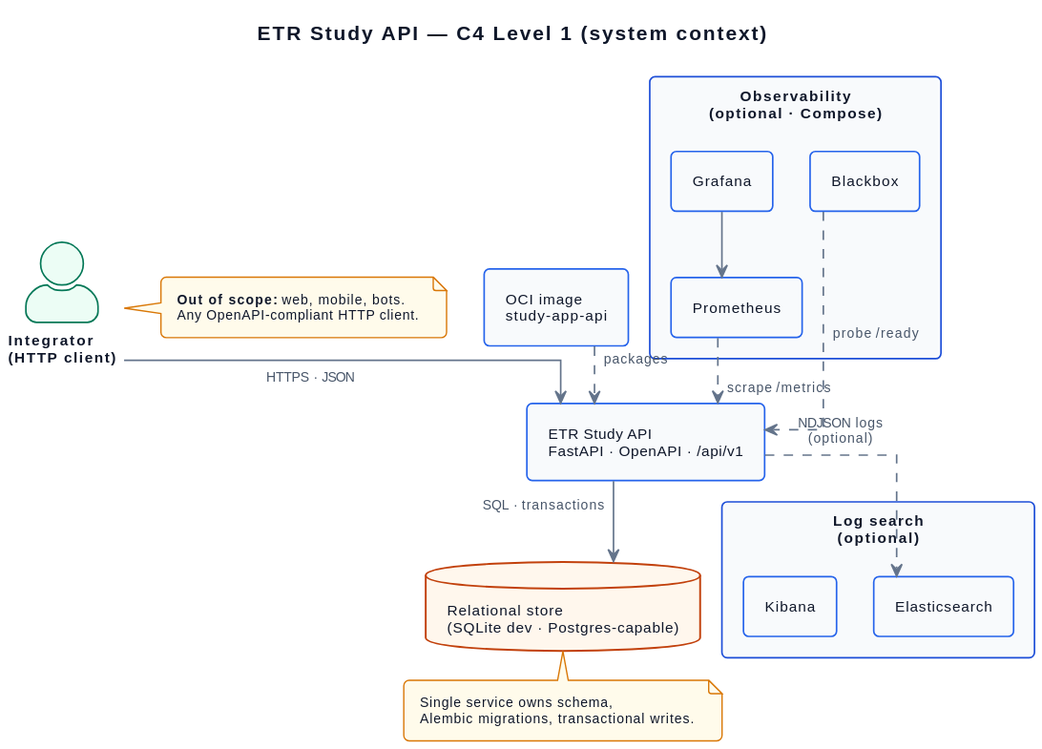
This is services/portal/internal/reference/uml/rendered/architecture__system_context_view.svg from iboiarkin96/etr_study_api, a PlantUML export, as it was before one commit. Its diagram source:
```plantuml
@startuml

!$BG_PAGE       = "#FFFFFF"
!$BG_SURFACE    = "#F8FAFC"
!$BG_PACKAGE    = "#F1F5F9"
!$BG_NOTE       = "#FFFBEB"
!$BG_DB         = "#FFF7ED"
!$BG_ACTOR      = "#ECFDF5"
!$BG_QUEUE      = "#FAF5FF"
!$BG_CLOUD      = "#F0F9FF"
!$BG_ENTITY     = "#EFF6FF"
!$BG_HIGHLIGHT  = "#DBEAFE"
!$BG_GROUP      = "#EEF2FF"

!$BORDER_NEUTRAL    = "#94A3B8"
!$BORDER_PACKAGE    = "#CBD5E1"
!$BORDER_PRIMARY    = "#2563EB"
!$BORDER_HIGHLIGHT  = "#1D4ED8"
!$BORDER_DB         = "#C2410C"
!$BORDER_ACTOR      = "#047857"
!$BORDER_QUEUE      = "#7C3AED"
!$BORDER_NOTE       = "#D97706"

!$INK_PRIMARY = "#0F172A"
!$INK_MUTED   = "#475569"
!$INK_ARROW   = "#64748B"

skinparam defaultFontName  "Helvetica"
skinparam defaultFontSize  11
skinparam defaultFontColor $INK_PRIMARY
skinparam TitleFontName    "Helvetica"
skinparam TitleFontSize    15
skinparam TitleFontStyle   bold
skinparam TitleFontColor   $INK_PRIMARY
skinparam ArrowFontColor   $INK_MUTED
skinparam ArrowFontSize    10
skinparam NoteFontSize     10
skinparam NoteFontColor    $INK_PRIMARY
skinparam LegendFontSize   10
skinparam FooterFontSize   9
skinparam FooterFontColor  $INK_MUTED

skinparam shadowing       false
skinparam linetype        ortho
skinparam componentStyle  rectangle
skinparam packageStyle    rectangle
skinparam roundCorner     8
skinparam Padding         6
skinparam nodesep         28
skinparam ranksep         22
skinparam dpi             96
skinparam BackgroundColor $BG_PAGE
scale max 960 width

skinparam ArrowColor     $INK_ARROW
skinparam ArrowThickness 1.2

skinparam NoteBackgroundColor $BG_NOTE
skinparam NoteBorderColor     $BORDER_NOTE
skinparam NoteBorderThickness 1
skinparam NoteTextAlignment   left

skinparam PackageBackgroundColor   $BG_PACKAGE
skinparam PackageBorderColor       $BORDER_PACKAGE
skinparam PackageFontStyle         bold
skinparam PackageFontColor         $INK_PRIMARY

skinparam RectangleBackgroundColor $BG_SURFACE
skinparam RectangleBorderColor     $BORDER_PRIMARY
skinparam RectangleBorderThickness 1.2
skinparam RectangleFontColor       $INK_PRIMARY

skinparam ComponentBackgroundColor $BG_SURFACE
skinparam ComponentBorderColor     $BORDER_PRIMARY
skinparam ComponentBorderThickness 1.2

skinparam NodeBackgroundColor      $BG_SURFACE
skinparam NodeBorderColor          $BORDER_NEUTRAL

skinparam FrameBackgroundColor     $BG_SURFACE
skinparam FrameBorderColor         $BORDER_NEUTRAL

skinparam FolderBackgroundColor    $BG_PACKAGE
skinparam FolderBorderColor        $BORDER_PACKAGE

skinparam ArtifactBackgroundColor  $BG_SURFACE
skinparam ArtifactBorderColor      $BORDER_NEUTRAL

skinparam CloudBackgroundColor     $BG_CLOUD
skinparam CloudBorderColor         $BORDER_NEUTRAL

skinparam QueueBackgroundColor     $BG_QUEUE
skinparam QueueBorderColor         $BORDER_QUEUE
skinparam QueueBorderThickness     1.2

skinparam DatabaseBackgroundColor  $BG_DB
skinparam DatabaseBorderColor      $BORDER_DB
skinparam DatabaseBorderThickness  1.4

skinparam CollectionsBackgroundColor $BG_SURFACE
skinparam CollectionsBorderColor     $BORDER_PRIMARY

skinparam EntityBackgroundColor    $BG_ENTITY
skinparam EntityBorderColor        $BORDER_PRIMARY

skinparam ActorStyle               awesome
skinparam ActorBackgroundColor     $BG_ACTOR
skinparam ActorBorderColor         $BORDER_ACTOR
skinparam ActorBorderThickness     1.2
skinparam ActorFontStyle           bold

skinparam ParticipantBackgroundColor $BG_SURFACE
skinparam ParticipantBorderColor     $BORDER_PRIMARY
skinparam ParticipantBorderThickness 1.2
skinparam ParticipantFontStyle       bold

skinparam BoundaryBackgroundColor    $BG_HIGHLIGHT
skinparam BoundaryBorderColor        $BORDER_HIGHLIGHT
skinparam ControlBackgroundColor     $BG_SURFACE
skinparam ControlBorderColor         $BORDER_PRIMARY

skinparam SequenceMessageAlign            center
skinparam SequenceArrowFontColor          $INK_MUTED
skinparam responseMessageBelowArrow       true
skinparam maxMessageSize                  95
skinparam ParticipantPadding              6
skinparam BoxPadding                      4
skinparam SequenceLifeLineBackgroundColor $BG_SURFACE
skinparam SequenceLifeLineBorderColor     $BORDER_PRIMARY
skinparam SequenceGroupBackgroundColor    $BG_GROUP
skinparam SequenceGroupBorderColor        $BORDER_HIGHLIGHT
skinparam SequenceGroupHeaderFontColor    $INK_PRIMARY
skinparam SequenceReferenceBackgroundColor $BG_SURFACE
skinparam SequenceReferenceBorderColor    $BORDER_PRIMARY
skinparam SequenceDividerBackgroundColor  $BG_PACKAGE
skinparam SequenceDividerBorderColor      $BORDER_PACKAGE
skinparam SequenceDividerFontStyle        bold
skinparam SequenceDividerFontColor        $INK_PRIMARY
skinparam SequenceBoxBackgroundColor      $BG_PACKAGE
skinparam SequenceBoxBorderColor          $BORDER_PACKAGE

skinparam StateBackgroundColor          $BG_SURFACE
skinparam StateBorderColor              $BORDER_PRIMARY
skinparam StateBorderThickness          1.2
skinparam StateFontStyle                bold
skinparam StateFontColor                $INK_PRIMARY
skinparam StateAttributeBackgroundColor $BG_PACKAGE
skinparam StateAttributeFontColor       $INK_MUTED
skinparam StateStartColor               $BORDER_HIGHLIGHT
skinparam StateEndColor                 $BORDER_DB

skinparam ActivityBackgroundColor        $BG_SURFACE
skinparam ActivityBorderColor            $BORDER_PRIMARY
skinparam ActivityBorderThickness        1.2
skinparam ActivityFontColor              $INK_PRIMARY
skinparam ActivityArrowColor             $INK_ARROW
skinparam ActivityArrowFontColor         $INK_MUTED
skinparam ActivityDiamondBackgroundColor $BG_HIGHLIGHT
skinparam ActivityDiamondBorderColor     $BORDER_HIGHLIGHT
skinparam ActivityDiamondFontColor       $INK_PRIMARY
skinparam ActivityStartColor             $BORDER_HIGHLIGHT
skinparam ActivityEndColor               $BORDER_DB
skinparam ActivityBarColor               $INK_ARROW

skinparam LegendBackgroundColor    $BG_PAGE
skinparam LegendBorderColor        $BORDER_PACKAGE
skinparam LegendFontColor          $INK_MUTED

skinparam ClassBackgroundColor     $BG_SURFACE
skinparam ClassBorderColor         $BORDER_PRIMARY
skinparam ClassFontStyle           bold
skinparam ClassAttributeFontColor  $INK_MUTED


!unquoted procedure $Subtitle($text)
caption $text
!endprocedure

!unquoted procedure $Footer($text)
center footer //$text//
!endprocedure

!unquoted procedure $Hint($text)
note as N_$text #FFFBEB
  $text
end note
!endprocedure

!unquoted procedure $LegendStandard()
legend right
  |= role |= colour |
  | actor / human            | <#ECFDF5> |
  | application / API        | <#F8FAFC> |
  | persistence / datastore  | <#FFF7ED> |
  | infra / boundary         | <#F1F5F9> |
endlegend
!endprocedure
title ETR Study API — C4 Level 1 (system context)

top to bottom direction

actor "Integrator\n(HTTP client)" as Integrator
note right of Integrator
  **Out of scope:** web, mobile, bots.
  Any OpenAPI-compliant HTTP client.
end note

rectangle "ETR Study API\nFastAPI · OpenAPI · /api/v1" as Api

database "Relational store\n(SQLite dev · Postgres-capable)" as Db

rectangle "OCI image\nstudy-app-api" as Img

package "Observability\n(optional · Compose)" as Obs {
  [Grafana] as Graf
  [Prometheus] as Prom
  [Blackbox] as Bbx
}

package "Log search\n(optional)" as LogSearch {
  [Elasticsearch] as ES
  [Kibana] as Kib
}

Integrator --> Api : HTTPS · JSON
Api --> Db : SQL · transactions

Img ..> Api : packages

Prom ..> Api : scrape /metrics
Bbx ..> Api : probe /ready
Graf --> Prom

Api ..> ES : NDJSON logs\n(optional)

note bottom of Db
  Single service owns schema,
  Alembic migrations, transactional writes.
end note
@enduml
```
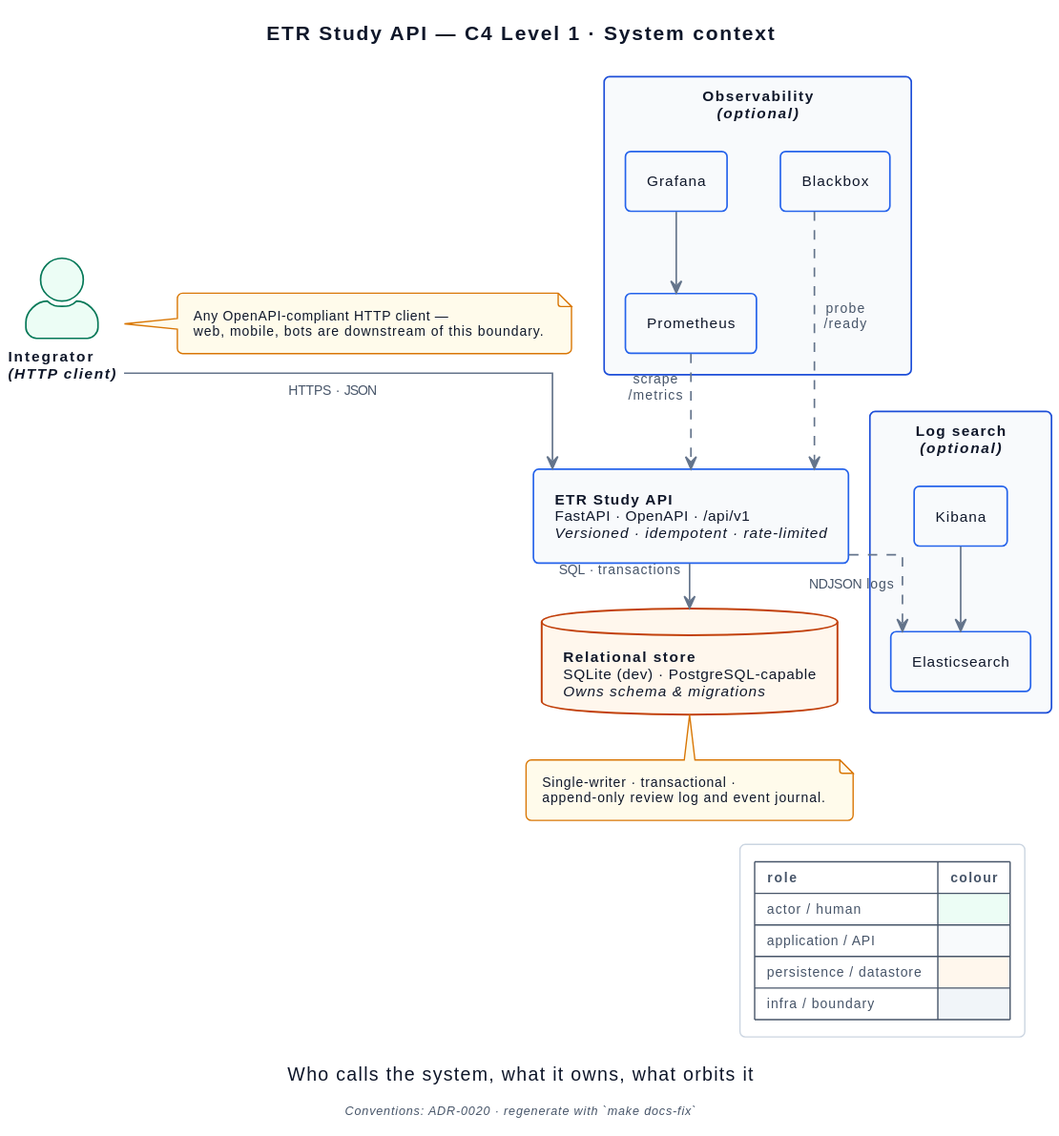
The same file after the commit.

What changed in the source:
```diff
@@ -195,46 +195,51 @@
   | infra / boundary         | <#F1F5F9> |
 endlegend
 !endprocedure
-title ETR Study API — C4 Level 1 (system context)
+title ETR Study API — C4 Level 1 · System context
+$Subtitle("Who calls the system, what it owns, what orbits it")
 
 top to bottom direction
 
-actor "Integrator\n(HTTP client)" as Integrator
-note right of Integrator
-  **Out of scope:** web, mobile, bots.
-  Any OpenAPI-compliant HTTP client.
-end note
+skinparam nodesep 40
+skinparam ranksep 34
 
-rectangle "ETR Study API\nFastAPI · OpenAPI · /api/v1" as Api
+actor "Integrator\n//(HTTP client)//" as Integrator
 
-database "Relational store\n(SQLite dev · Postgres-capable)" as Db
+rectangle "**ETR Study API**\nFastAPI · OpenAPI · /api/v1\n//Versioned · idempotent · rate-limited//" as Api
 
-rectangle "OCI image\nstudy-app-api" as Img
+database "**Relational store**\nSQLite (dev) · PostgreSQL-capable\n//Owns schema & migrations//" as Db
 
-package "Observability\n(optional · Compose)" as Obs {
-  [Grafana] as Graf
+package "Observability\n//(optional)//" as Obs {
+  [Grafana]    as Graf
   [Prometheus] as Prom
-  [Blackbox] as Bbx
+  [Blackbox]   as Bbx
 }
 
-package "Log search\n(optional)" as LogSearch {
+package "Log search\n//(optional)//" as LogSearch {
   [Elasticsearch] as ES
-  [Kibana] as Kib
+  [Kibana]        as Kib
 }
 
 Integrator --> Api : HTTPS · JSON
-Api --> Db : SQL · transactions
+Api        --> Db  : SQL · transactions
 
-Img ..> Api : packages
-
-Prom ..> Api : scrape /metrics
-Bbx ..> Api : probe /ready
+Prom -.> Api : scrape\n/metrics
+Bbx  -.> Api : probe\n/ready
 Graf --> Prom
 
-Api ..> ES : NDJSON logs\n(optional)
+Api -.> ES : NDJSON logs
+Kib --> ES
+
+note right of Integrator
+  Any OpenAPI-compliant HTTP client —
+  web, mobile, bots are downstream of this boundary.
+end note
 
 note bottom of Db
-  Single service owns schema,
-  Alembic migrations, transactional writes.
+  Single-writer · transactional ·
+  append-only review log and event journal.
 end note
+
+$LegendStandard()
+$Footer("Conventions: ADR-0020 · regenerate with `make docs-fix`")
 @enduml
```
